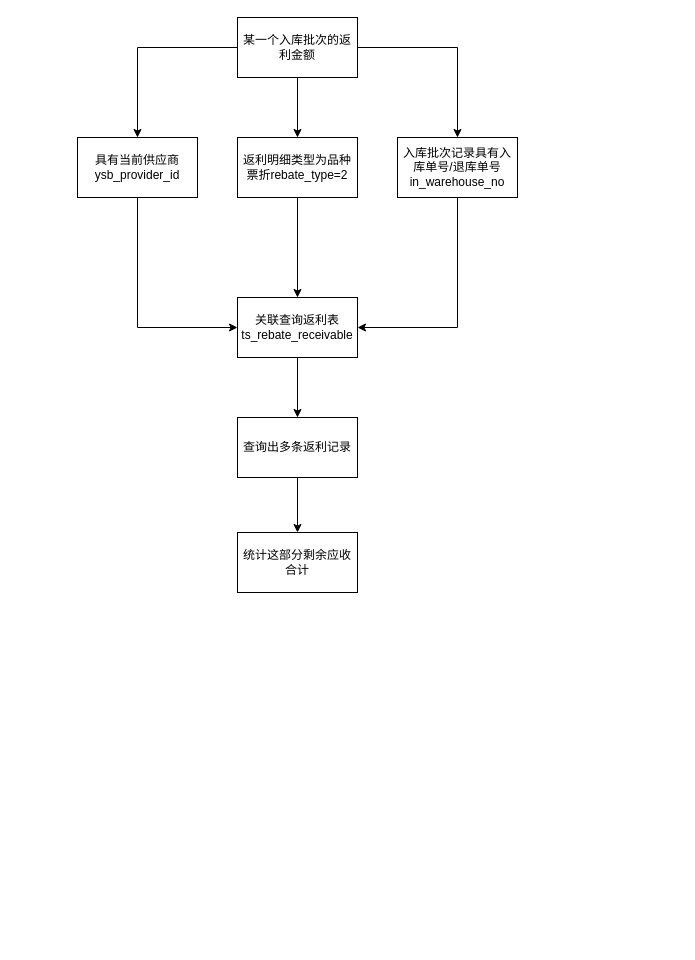
Before: gitskills/返利金额.drawio in benbenbo/learngit, a draw.io diagram. Source tidied: cells renumbered, new cells numbered last; positions are measured from the earlier drawing's top-left corner, leaving out a move shared by most shapes. Both pictures are drawn from the tidied source at 100%, with x=0, y=0 at pixel (77, 17).
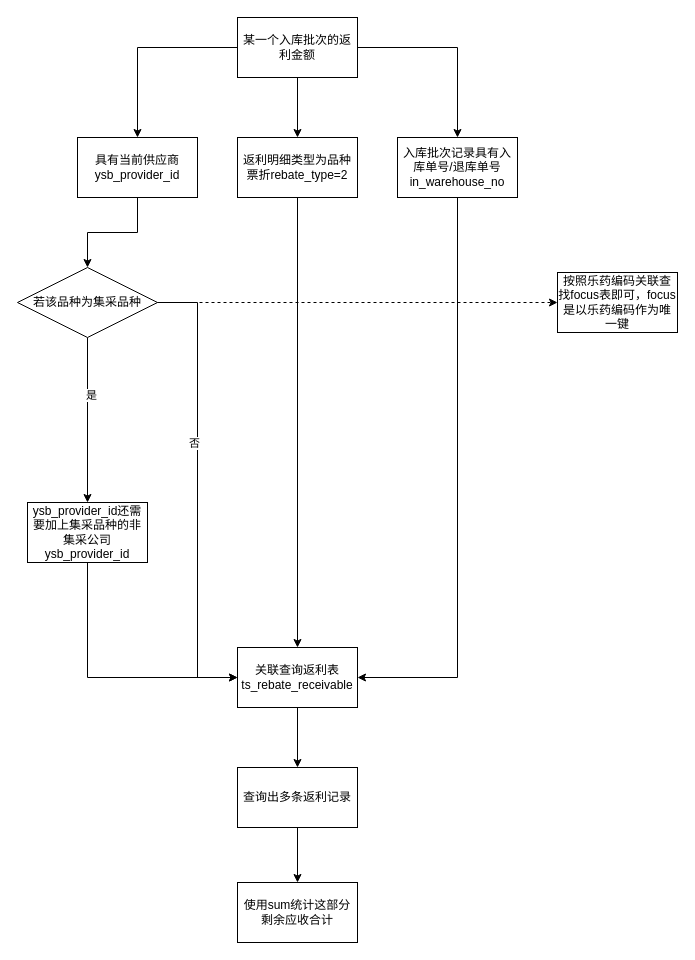
After the change.

Commit message:
更新返利金额.drawio

The change refers to these unchanged cells:
```xml
<mxCell id="7" value="具有当前供应商ysb_provider_id" style="rounded=0;whiteSpace=wrap;html=1;" parent="1" vertex="1">
  <mxGeometry y="120" width="120" height="60" as="geometry" />
</mxCell>
<mxCell id="11" value="入库批次记录具有入库单号/退库单号in_warehouse_no" style="rounded=0;whiteSpace=wrap;html=1;" parent="1" vertex="1">
  <mxGeometry x="320" y="120" width="120" height="60" as="geometry" />
</mxCell>
```

The edit, as a diff of the source:
```diff
@@
-    <mxCell id="6" style="edgeStyle=orthogonalEdgeStyle;rounded=0;jettySize=auto;html=1;" parent="1" edge="1" source="7" target="13">
-      <mxGeometry relative="1" as="geometry">
-        <Array as="points">
-          <mxPoint x="60" y="310" />
-        </Array>
-      </mxGeometry>
-    </mxCell>
+    <mxCell id="17" style="edgeStyle=orthogonalEdgeStyle;rounded=0;jettySize=auto;html=1;entryX=0.5;entryY=0;entryDx=0;entryDy=0;" parent="1" edge="1" source="7" target="25">
+      <mxGeometry relative="1" as="geometry" />
+    </mxCell>
@@
     <mxCell id="10" style="edgeStyle=orthogonalEdgeStyle;rounded=0;jettySize=auto;html=1;entryX=1;entryY=0.5;entryDx=0;entryDy=0;" parent="1" edge="1" source="11" target="13">
       <mxGeometry relative="1" as="geometry">
         <Array as="points">
-          <mxPoint x="380" y="310" />
+          <mxPoint x="380" y="660" />
         </Array>
       </mxGeometry>
     </mxCell>
@@
     <mxCell id="13" value="关联查询返利表ts_rebate_receivable" style="rounded=0;whiteSpace=wrap;html=1;" parent="1" vertex="1">
-      <mxGeometry x="160" y="280" width="120" height="60" as="geometry" />
+      <mxGeometry x="160" y="630" width="120" height="60" as="geometry" />
     </mxCell>
@@
     <mxCell id="15" value="查询出多条返利记录" style="rounded=0;whiteSpace=wrap;html=1;" parent="1" vertex="1">
-      <mxGeometry x="160" y="400" width="120" height="60" as="geometry" />
+      <mxGeometry x="160" y="750" width="120" height="60" as="geometry" />
     </mxCell>
-    <mxCell id="16" value="统计这部分剩余应收合计" style="rounded=0;whiteSpace=wrap;html=1;" parent="1" vertex="1">
-      <mxGeometry x="160" y="515" width="120" height="60" as="geometry" />
+    <mxCell id="16" value="使用sum统计这部分剩余应收合计" style="rounded=0;whiteSpace=wrap;html=1;" parent="1" vertex="1">
+      <mxGeometry x="160" y="865" width="120" height="60" as="geometry" />
     </mxCell>
+    <mxCell id="18" style="edgeStyle=orthogonalEdgeStyle;rounded=0;jettySize=auto;html=1;entryX=0;entryY=0.5;entryDx=0;entryDy=0;" parent="1" edge="1" source="19" target="13">
+      <mxGeometry relative="1" as="geometry">
+        <Array as="points">
+          <mxPoint x="10" y="660" />
+        </Array>
+      </mxGeometry>
+    </mxCell>
+    <mxCell id="19" value="ysb_provider_id还需要加上集采品种的非集采公司ysb_provider_id" style="rounded=0;whiteSpace=wrap;html=1;" parent="1" vertex="1">
+      <mxGeometry x="-50" y="485" width="120" height="60" as="geometry" />
+    </mxCell>
+    <mxCell id="20" style="edgeStyle=orthogonalEdgeStyle;rounded=0;jettySize=auto;html=1;entryX=0.5;entryY=0;entryDx=0;entryDy=0;" parent="1" edge="1" source="25" target="19">
+      <mxGeometry relative="1" as="geometry" />
+    </mxCell>
+    <mxCell id="21" value="是" style="edgeLabel;html=1;align=center;verticalAlign=middle;" parent="20" vertex="1">
+      <mxGeometry x="-0.31" y="3" relative="1" as="geometry" />
+    </mxCell>
+    <mxCell id="22" style="edgeStyle=orthogonalEdgeStyle;rounded=0;jettySize=auto;html=1;entryX=0;entryY=0.5;entryDx=0;entryDy=0;" parent="1" edge="1" source="25" target="13">
+      <mxGeometry relative="1" as="geometry" />
+    </mxCell>
+    <mxCell id="23" value="否" style="edgeLabel;html=1;align=center;verticalAlign=middle;" parent="22" vertex="1">
+      <mxGeometry x="-0.21" y="-4" relative="1" as="geometry" />
+    </mxCell>
+    <mxCell id="24" style="edgeStyle=orthogonalEdgeStyle;rounded=0;jettySize=auto;html=1;entryX=0;entryY=0.5;entryDx=0;entryDy=0;dashed=1;" parent="1" edge="1" source="25" target="26">
+      <mxGeometry relative="1" as="geometry" />
+    </mxCell>
+    <mxCell id="25" value="&lt;span&gt;若该品种为集采品种&lt;/span&gt;" style="rhombus;whiteSpace=wrap;html=1;" parent="1" vertex="1">
+      <mxGeometry x="-60" y="250" width="140" height="70" as="geometry" />
+    </mxCell>
+    <mxCell id="26" value="按照乐药编码关联查找focus表即可，focus是以乐药编码作为唯一键" style="rounded=0;whiteSpace=wrap;html=1;" parent="1" vertex="1">
+      <mxGeometry x="480" y="255" width="120" height="60" as="geometry" />
+    </mxCell>
```
